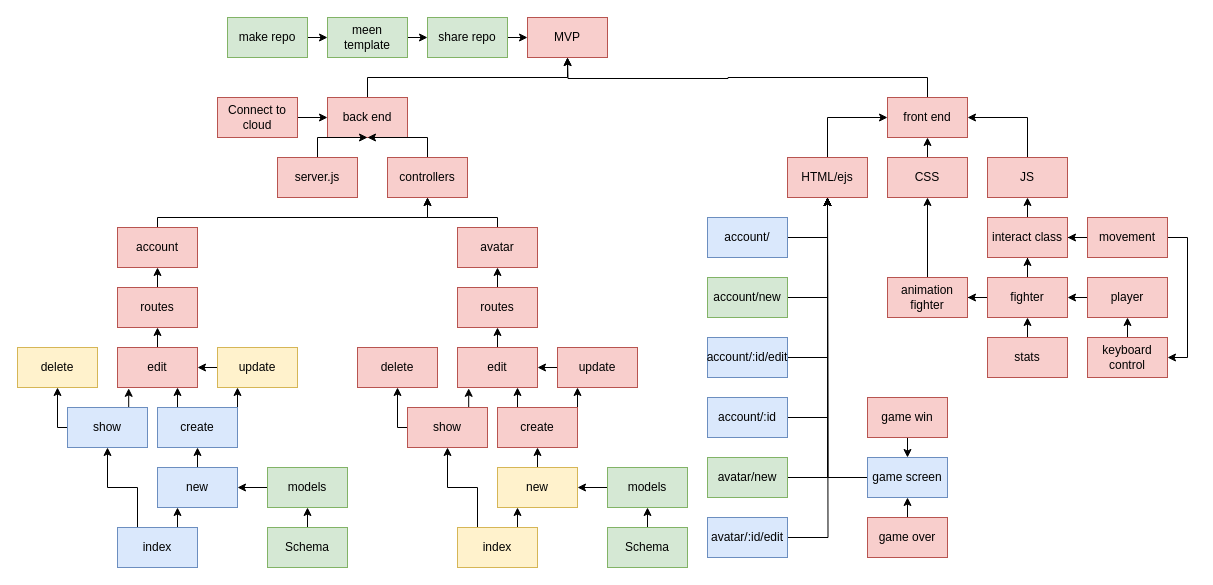
Above: planning/flow chart.drawio in nick3point5/ga-fighters (draw.io), before the change. Source tidied: cells renumbered, new cells numbered last; positions are measured from the earlier drawing's top-left corner, leaving out a move shared by most shapes. Both pictures are drawn from the tidied source at 100%, with x=0, y=0 at pixel (17, 17).
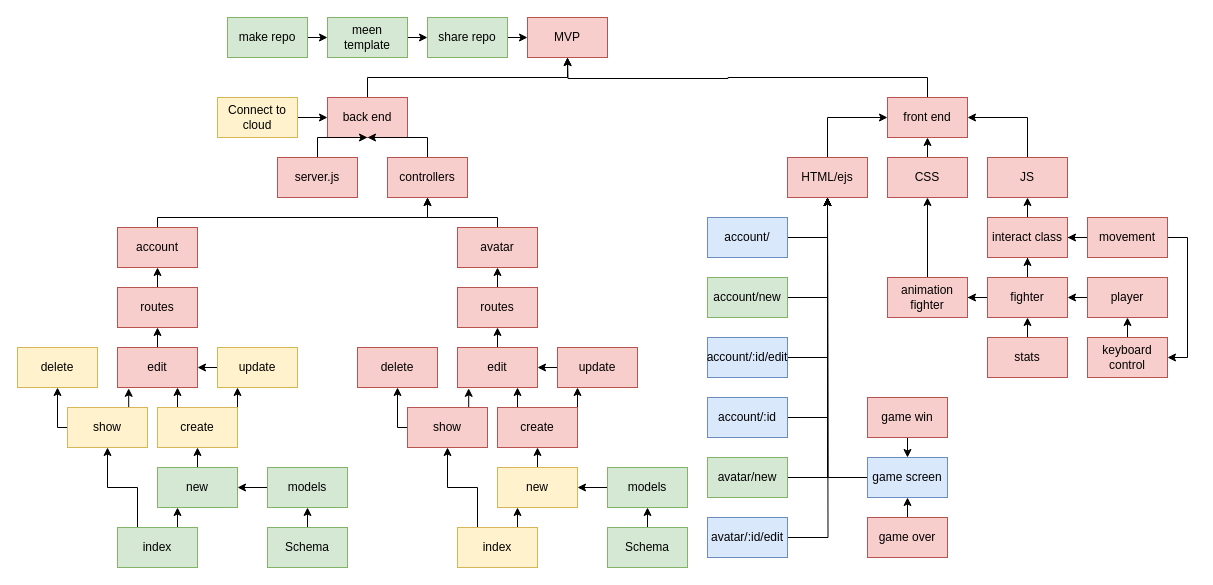
The same diagram, later.

Change to the diagram source:
```diff
@@
-    <mxCell id="7" value="create" style="rounded=0;whiteSpace=wrap;html=1;fillColor=#dae8fc;strokeColor=#6c8ebf;" parent="1" vertex="1">
+    <mxCell id="7" value="create" style="rounded=0;whiteSpace=wrap;html=1;fillColor=#fff2cc;strokeColor=#d6b656;" parent="1" vertex="1">
       <mxGeometry x="140" y="390" width="80" height="40" as="geometry" />
     </mxCell>
@@
-    <mxCell id="17" value="Connect to cloud" style="rounded=0;whiteSpace=wrap;html=1;fillColor=#f8cecc;strokeColor=#b85450;" parent="1" vertex="1">
+    <mxCell id="17" value="Connect to cloud" style="rounded=0;whiteSpace=wrap;html=1;fillColor=#fff2cc;strokeColor=#d6b656;" parent="1" vertex="1">
       <mxGeometry x="200" y="80" width="80" height="40" as="geometry" />
     </mxCell>
@@
-    <mxCell id="21" value="show" style="rounded=0;whiteSpace=wrap;html=1;fillColor=#dae8fc;strokeColor=#6c8ebf;" parent="1" vertex="1">
+    <mxCell id="21" value="show" style="rounded=0;whiteSpace=wrap;html=1;fillColor=#fff2cc;strokeColor=#d6b656;" parent="1" vertex="1">
       <mxGeometry x="50" y="390" width="80" height="40" as="geometry" />
     </mxCell>
@@
-    <mxCell id="37" value="index" style="rounded=0;whiteSpace=wrap;html=1;fillColor=#dae8fc;strokeColor=#6c8ebf;" parent="1" vertex="1">
+    <mxCell id="37" value="index" style="rounded=0;whiteSpace=wrap;html=1;fillColor=#d5e8d4;strokeColor=#82b366;" parent="1" vertex="1">
       <mxGeometry x="100" y="510" width="80" height="40" as="geometry" />
     </mxCell>
@@
-    <mxCell id="39" value="new" style="rounded=0;whiteSpace=wrap;html=1;fillColor=#dae8fc;strokeColor=#6c8ebf;" parent="1" vertex="1">
+    <mxCell id="39" value="new" style="rounded=0;whiteSpace=wrap;html=1;fillColor=#d5e8d4;strokeColor=#82b366;" parent="1" vertex="1">
       <mxGeometry x="140" y="450" width="80" height="40" as="geometry" />
     </mxCell>
```
